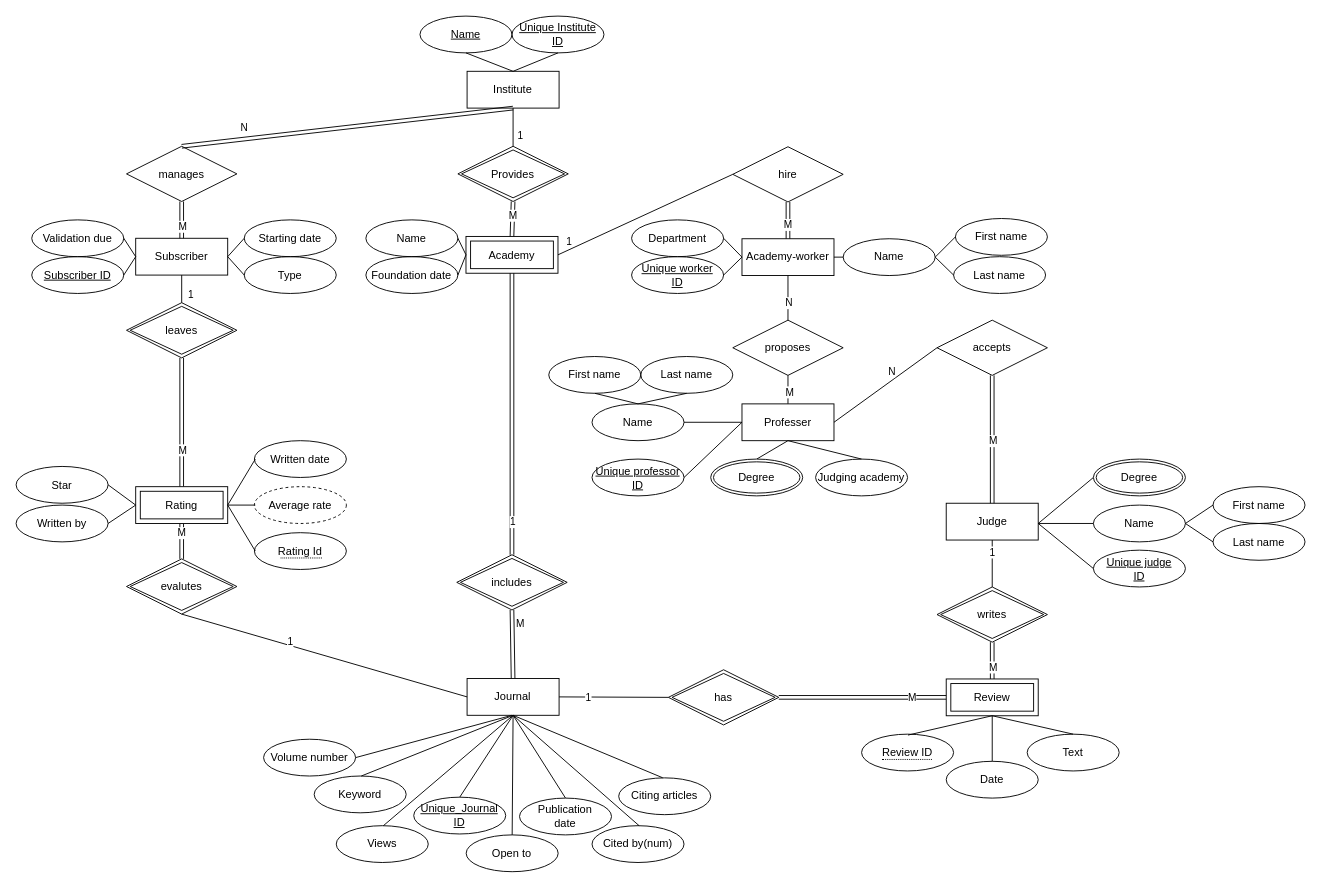
Above: 학교과제/seo.drawio in waroad/Problem-Solving (draw.io), before the change. Source tidied: cells renumbered, new cells numbered last; positions are measured from the earlier drawing's top-left corner, leaving out a move shared by most shapes. Both pictures are drawn from the tidied source at 92%, with x=0, y=0 at pixel (16, 16).
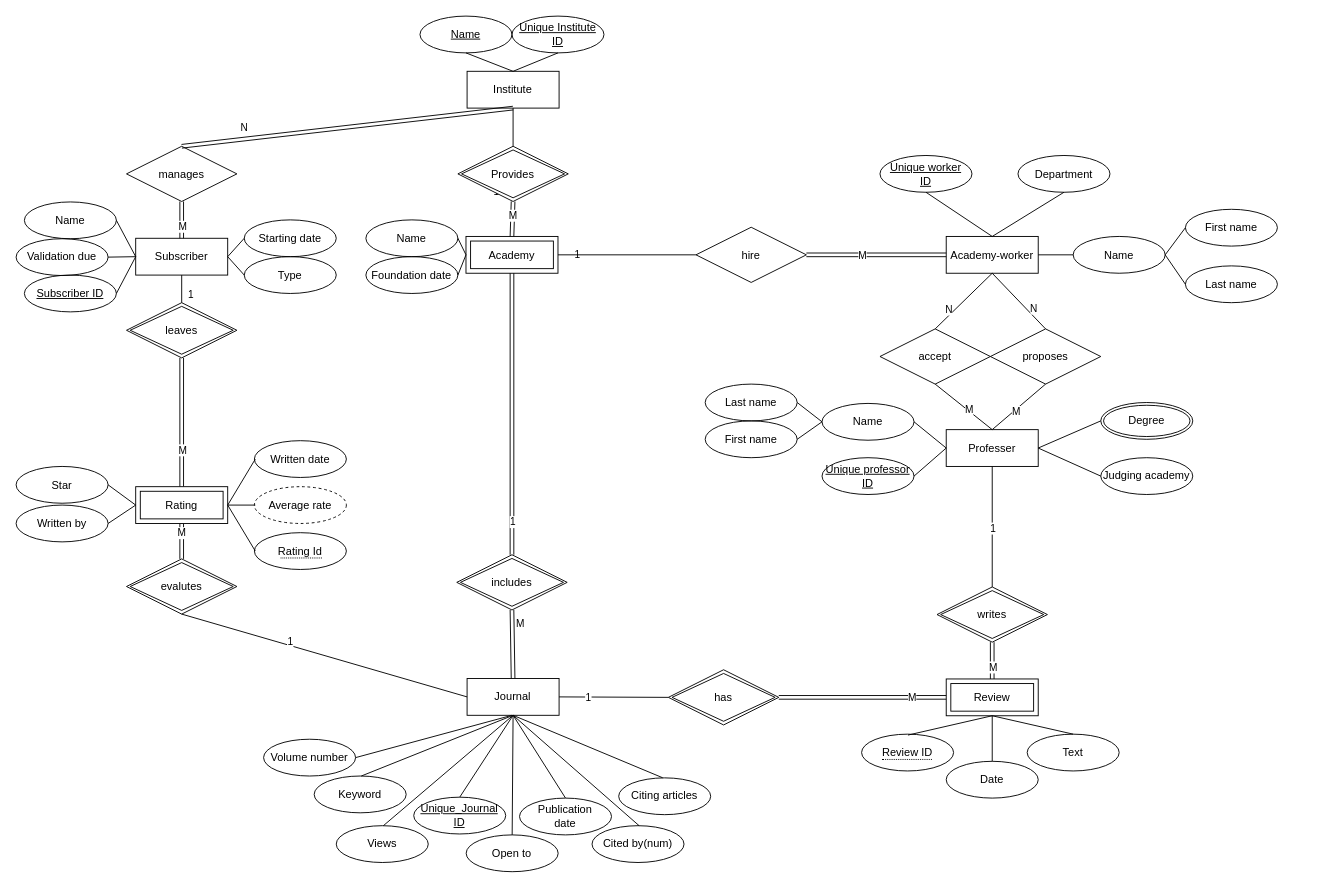
The same page after the edit.

Unchanged cells that the change refers to:
```xml
<mxCell id="7" value="Subscriber" style="whiteSpace=wrap;html=1;align=center;direction=west;" parent="1" vertex="1">
  <mxGeometry x="130" y="241.5" width="100" height="40" as="geometry" />
</mxCell>
<mxCell id="10" style="endArrow=none;html=1;rounded=0;entryX=0.5;entryY=0;entryDx=0;entryDy=0;exitX=0.5;exitY=1;exitDx=0;exitDy=0;" parent="1" edge="1" source="73" target="3">
  <mxGeometry relative="1" as="geometry" />
</mxCell>
<mxCell id="77" value="writes" style="shape=rhombus;double=1;perimeter=rhombusPerimeter;whiteSpace=wrap;html=1;align=center;direction=west;" parent="1" vertex="1">
  <mxGeometry x="1001" y="620.5" width="120" height="60" as="geometry" />
</mxCell>
```

The edit, as a diff of the source:
```diff
@@
-    <mxCell id="5" value="Judge" style="whiteSpace=wrap;html=1;align=center;direction=west;" parent="1" vertex="1">
-      <mxGeometry x="1011" y="529.5" width="100" height="40" as="geometry" />
-    </mxCell>
@@
     <mxCell id="8" value="Academy-worker" style="whiteSpace=wrap;html=1;align=center;direction=west;" parent="1" vertex="1">
-      <mxGeometry x="789" y="242" width="100" height="40" as="geometry" />
+      <mxGeometry x="1011" y="239.5" width="100" height="40" as="geometry" />
     </mxCell>
@@
     <mxCell id="11" value="1" style="edgeLabel;html=1;align=center;verticalAlign=middle;" parent="10" vertex="1">
       <mxGeometry x="-0.63" y="-4" relative="1" as="geometry">
-        <mxPoint x="56" y="111" as="offset" />
+        <mxPoint x="65" y="125" as="offset" />
       </mxGeometry>
     </mxCell>
@@
     <mxCell id="17" value="&lt;u&gt;Subscriber ID&lt;/u&gt;" style="ellipse;whiteSpace=wrap;html=1;align=center;fillColor=none;gradientColor=default;" parent="1" vertex="1">
-      <mxGeometry x="17" y="261.5" width="100" height="40" as="geometry" />
+      <mxGeometry x="9" y="281.5" width="100" height="40" as="geometry" />
     </mxCell>
@@
-    <mxCell id="20" value="hire" style="shape=rhombus;perimeter=rhombusPerimeter;whiteSpace=wrap;html=1;align=center;fillColor=none;gradientColor=default;direction=west;" parent="1" vertex="1">
-      <mxGeometry x="779" y="142" width="120" height="60" as="geometry" />
-    </mxCell>
@@
     <mxCell id="23" value="proposes" style="shape=rhombus;perimeter=rhombusPerimeter;whiteSpace=wrap;html=1;align=center;fillColor=none;gradientColor=default;direction=west;" parent="1" vertex="1">
-      <mxGeometry x="779" y="330.5" width="120" height="60" as="geometry" />
+      <mxGeometry x="1059" y="340" width="120" height="60" as="geometry" />
     </mxCell>
@@
-    <mxCell id="28" style="endArrow=none;html=1;rounded=0;exitX=0.5;exitY=0;exitDx=0;exitDy=0;entryX=0.5;entryY=1;entryDx=0;entryDy=0;" parent="1" edge="1" source="5" target="77">
-      <mxGeometry relative="1" as="geometry" />
-    </mxCell>
-    <mxCell id="29" value="1" style="edgeLabel;html=1;align=center;verticalAlign=middle;" parent="28" vertex="1">
-      <mxGeometry x="-0.37" y="-3" relative="1" as="geometry">
-        <mxPoint x="2" y="-3" as="offset" />
-      </mxGeometry>
-    </mxCell>
@@
     <mxCell id="32" value="Validation due" style="ellipse;whiteSpace=wrap;html=1;align=center;fillColor=none;gradientColor=default;" parent="1" vertex="1">
-      <mxGeometry x="17" y="221.5" width="100" height="40" as="geometry" />
+      <mxGeometry y="242" width="100" height="40" as="geometry" />
     </mxCell>
@@
     <mxCell id="38" value="Unique worker&lt;br&gt;ID" style="ellipse;whiteSpace=wrap;html=1;align=center;fontStyle=4;fillColor=none;gradientColor=default;" parent="1" vertex="1">
-      <mxGeometry x="669" y="261.5" width="100" height="40" as="geometry" />
+      <mxGeometry x="939" y="151.5" width="100" height="40" as="geometry" />
     </mxCell>
     <mxCell id="39" value="Last name" style="ellipse;whiteSpace=wrap;html=1;align=center;fillColor=none;gradientColor=default;" parent="1" vertex="1">
-      <mxGeometry x="1019" y="261.5" width="100" height="40" as="geometry" />
+      <mxGeometry x="1271" y="271.5" width="100" height="40" as="geometry" />
     </mxCell>
     <mxCell id="40" value="Name" style="ellipse;whiteSpace=wrap;html=1;align=center;fillColor=none;gradientColor=default;" parent="1" vertex="1">
-      <mxGeometry x="899" y="242" width="100" height="40" as="geometry" />
+      <mxGeometry x="1149" y="239.5" width="100" height="40" as="geometry" />
     </mxCell>
@@
     <mxCell id="43" value="First name" style="ellipse;whiteSpace=wrap;html=1;align=center;fillColor=none;gradientColor=default;" parent="1" vertex="1">
-      <mxGeometry x="1021" y="220" width="100" height="40" as="geometry" />
+      <mxGeometry x="1271" y="210" width="100" height="40" as="geometry" />
     </mxCell>
     <mxCell id="44" value="Department" style="ellipse;whiteSpace=wrap;html=1;align=center;fillColor=none;gradientColor=default;" parent="1" vertex="1">
-      <mxGeometry x="669" y="221.5" width="100" height="40" as="geometry" />
+      <mxGeometry x="1089" y="151.5" width="100" height="40" as="geometry" />
     </mxCell>
@@
-    <mxCell id="87" style="shape=link;html=1;rounded=0;exitX=0.5;exitY=0;exitDx=0;exitDy=0;entryX=0.5;entryY=1;entryDx=0;entryDy=0;" parent="1" edge="1" source="20" target="8">
+    <mxCell id="87" style="shape=link;html=1;rounded=0;exitX=0;exitY=0.5;exitDx=0;exitDy=0;entryX=1;entryY=0.5;entryDx=0;entryDy=0;" parent="1" edge="1" source="20" target="8">
       <mxGeometry relative="1" as="geometry" />
     </mxCell>
     <mxCell id="88" value="M" style="edgeLabel;html=1;align=center;verticalAlign=middle;" parent="87" vertex="1">
       <mxGeometry x="-0.26" y="-3" relative="1" as="geometry">
-        <mxPoint x="2" y="9" as="offset" />
+        <mxPoint x="4" y="-3" as="offset" />
       </mxGeometry>
     </mxCell>
@@
-    <mxCell id="94" style="endArrow=none;html=1;rounded=0;entryX=1;entryY=0.5;entryDx=0;entryDy=0;exitX=1;exitY=0.5;exitDx=0;exitDy=0;" parent="1" edge="1" source="38" target="8">
+    <mxCell id="94" style="endArrow=none;html=1;rounded=0;entryX=0.5;entryY=1;entryDx=0;entryDy=0;exitX=0.5;exitY=1;exitDx=0;exitDy=0;startArrow=none;" parent="1" edge="1" source="38" target="8">
       <mxGeometry relative="1" as="geometry" />
     </mxCell>
-    <mxCell id="95" style="endArrow=none;html=1;rounded=0;exitX=1;exitY=0.5;exitDx=0;exitDy=0;entryX=1;entryY=0.5;entryDx=0;entryDy=0;" parent="1" edge="1" source="44" target="8">
+    <mxCell id="95" style="endArrow=none;html=1;rounded=0;exitX=0.5;exitY=1;exitDx=0;exitDy=0;entryX=0.5;entryY=1;entryDx=0;entryDy=0;" parent="1" edge="1" source="44" target="8">
       <mxGeometry relative="1" as="geometry" />
     </mxCell>
@@
     <mxCell id="109" value="Professer" style="whiteSpace=wrap;html=1;align=center;direction=west;" parent="1" vertex="1">
-      <mxGeometry x="789" y="421.5" width="100" height="40" as="geometry" />
+      <mxGeometry x="1011" y="449.5" width="100" height="40" as="geometry" />
     </mxCell>
     <mxCell id="110" value="Unique professor&lt;br&gt;ID" style="ellipse;whiteSpace=wrap;html=1;align=center;fontStyle=4;fillColor=none;gradientColor=default;strokeColor=default;" parent="1" vertex="1">
-      <mxGeometry x="626" y="481.5" width="100" height="40" as="geometry" />
+      <mxGeometry x="876" y="480" width="100" height="40" as="geometry" />
     </mxCell>
     <mxCell id="111" value="Last name" style="ellipse;whiteSpace=wrap;html=1;align=center;fillColor=none;gradientColor=default;" parent="1" vertex="1">
-      <mxGeometry x="679" y="370" width="100" height="40" as="geometry" />
+      <mxGeometry x="749" y="400" width="100" height="40" as="geometry" />
     </mxCell>
     <mxCell id="112" value="Name" style="ellipse;whiteSpace=wrap;html=1;align=center;fillColor=none;gradientColor=default;" parent="1" vertex="1">
-      <mxGeometry x="626" y="421.5" width="100" height="40" as="geometry" />
+      <mxGeometry x="876" y="421" width="100" height="40" as="geometry" />
     </mxCell>
-    <mxCell id="113" style="endArrow=none;html=1;rounded=0;entryX=0.5;entryY=0;entryDx=0;entryDy=0;exitX=0.5;exitY=1;exitDx=0;exitDy=0;" parent="1" edge="1" source="115" target="112">
+    <mxCell id="113" style="endArrow=none;html=1;rounded=0;entryX=0;entryY=0.5;entryDx=0;entryDy=0;exitX=1;exitY=0.5;exitDx=0;exitDy=0;" parent="1" edge="1" source="115" target="112">
       <mxGeometry relative="1" as="geometry" />
     </mxCell>
-    <mxCell id="114" style="endArrow=none;html=1;rounded=0;entryX=0.5;entryY=1;entryDx=0;entryDy=0;exitX=0.5;exitY=0;exitDx=0;exitDy=0;" parent="1" edge="1" source="112" target="111">
+    <mxCell id="114" style="endArrow=none;html=1;rounded=0;entryX=1;entryY=0.5;entryDx=0;entryDy=0;exitX=0;exitY=0.5;exitDx=0;exitDy=0;" parent="1" edge="1" source="112" target="111">
       <mxGeometry relative="1" as="geometry" />
     </mxCell>
     <mxCell id="115" value="First name" style="ellipse;whiteSpace=wrap;html=1;align=center;fillColor=none;gradientColor=default;" parent="1" vertex="1">
-      <mxGeometry x="579" y="370" width="100" height="40" as="geometry" />
+      <mxGeometry x="749" y="440" width="100" height="40" as="geometry" />
     </mxCell>
@@
-    <mxCell id="118" style="endArrow=none;html=1;rounded=0;entryX=0.5;entryY=0;entryDx=0;entryDy=0;exitX=0.5;exitY=0;exitDx=0;exitDy=0;" parent="1" edge="1" source="132" target="109">
+    <mxCell id="118" style="endArrow=none;html=1;rounded=0;entryX=0;entryY=0.5;entryDx=0;entryDy=0;exitX=0;exitY=0.5;exitDx=0;exitDy=0;" parent="1" edge="1" source="132" target="109">
       <mxGeometry relative="1" as="geometry" />
     </mxCell>
-    <mxCell id="119" value="Unique judge&lt;br&gt;ID" style="ellipse;whiteSpace=wrap;html=1;align=center;fontStyle=4;fillColor=none;gradientColor=default;" parent="1" vertex="1">
-      <mxGeometry x="1171" y="580.5" width="100" height="40" as="geometry" />
-    </mxCell>
-    <mxCell id="120" value="Last name" style="ellipse;whiteSpace=wrap;html=1;align=center;fillColor=none;gradientColor=default;" parent="1" vertex="1">
-      <mxGeometry x="1301" y="551.5" width="100" height="40" as="geometry" />
-    </mxCell>
-    <mxCell id="121" value="Name" style="ellipse;whiteSpace=wrap;html=1;align=center;fillColor=none;gradientColor=default;" parent="1" vertex="1">
-      <mxGeometry x="1171" y="531.5" width="100" height="40" as="geometry" />
-    </mxCell>
-    <mxCell id="122" style="endArrow=none;html=1;rounded=0;exitX=0;exitY=0.5;exitDx=0;exitDy=0;entryX=1;entryY=0.5;entryDx=0;entryDy=0;" parent="1" edge="1" source="124" target="121">
-      <mxGeometry relative="1" as="geometry" />
-    </mxCell>
-    <mxCell id="123" style="endArrow=none;html=1;rounded=0;entryX=0;entryY=0.5;entryDx=0;entryDy=0;exitX=1;exitY=0.5;exitDx=0;exitDy=0;" parent="1" edge="1" source="121" target="120">
-      <mxGeometry relative="1" as="geometry" />
-    </mxCell>
-    <mxCell id="124" value="First name" style="ellipse;whiteSpace=wrap;html=1;align=center;fillColor=none;gradientColor=default;" parent="1" vertex="1">
-      <mxGeometry x="1301" y="511.5" width="100" height="40" as="geometry" />
-    </mxCell>
-    <mxCell id="125" style="endArrow=none;html=1;rounded=0;entryX=0;entryY=0.5;entryDx=0;entryDy=0;exitX=0;exitY=0.5;exitDx=0;exitDy=0;" parent="1" edge="1" target="121">
-      <mxGeometry relative="1" as="geometry">
-        <mxPoint x="1111" y="551.5" as="sourcePoint" />
-      </mxGeometry>
-    </mxCell>
-    <mxCell id="126" style="endArrow=none;html=1;rounded=0;entryX=0;entryY=0.5;entryDx=0;entryDy=0;exitX=0;exitY=0.5;exitDx=0;exitDy=0;" parent="1" edge="1" source="119">
-      <mxGeometry relative="1" as="geometry">
-        <mxPoint x="1111" y="551.5" as="targetPoint" />
-      </mxGeometry>
-    </mxCell>
-    <mxCell id="127" style="endArrow=none;html=1;rounded=0;entryX=0;entryY=0.5;entryDx=0;entryDy=0;exitX=0;exitY=0.5;exitDx=0;exitDy=0;" parent="1" edge="1" source="128">
-      <mxGeometry relative="1" as="geometry">
-        <mxPoint x="1111" y="551.5" as="targetPoint" />
-      </mxGeometry>
-    </mxCell>
-    <mxCell id="128" value="Degree" style="ellipse;shape=doubleEllipse;margin=3;whiteSpace=wrap;html=1;align=center;" parent="1" vertex="1">
-      <mxGeometry x="1171" y="481.5" width="100" height="40" as="geometry" />
-    </mxCell>
-    <mxCell id="129" value="accepts" style="shape=rhombus;perimeter=rhombusPerimeter;whiteSpace=wrap;html=1;align=center;fillColor=none;gradientColor=default;direction=west;" parent="1" vertex="1">
-      <mxGeometry x="1001" y="330.5" width="120" height="60" as="geometry" />
-    </mxCell>
-    <mxCell id="130" style="endArrow=none;html=1;rounded=0;exitX=0;exitY=0.5;exitDx=0;exitDy=0;entryX=1;entryY=0.5;entryDx=0;entryDy=0;" parent="1" edge="1" source="109" target="129">
+    <mxCell id="130" style="endArrow=none;html=1;rounded=0;exitX=0.5;exitY=0;exitDx=0;exitDy=0;entryX=0.5;entryY=1;entryDx=0;entryDy=0;" parent="1" edge="1" source="109" target="77">
       <mxGeometry relative="1" as="geometry" />
     </mxCell>
-    <mxCell id="131" value="N" style="edgeLabel;html=1;align=center;verticalAlign=middle;" parent="130" vertex="1">
+    <mxCell id="131" value="1" style="edgeLabel;html=1;align=center;verticalAlign=middle;" parent="130" vertex="1">
       <mxGeometry x="0.15" y="1" relative="1" as="geometry">
         <mxPoint x="-1" y="-8" as="offset" />
       </mxGeometry>
     </mxCell>
     <mxCell id="132" value="Degree" style="ellipse;shape=doubleEllipse;margin=3;whiteSpace=wrap;html=1;align=center;" parent="1" vertex="1">
-      <mxGeometry x="755" y="481.5" width="100" height="40" as="geometry" />
+      <mxGeometry x="1179" y="420" width="100" height="40" as="geometry" />
     </mxCell>
-    <mxCell id="133" style="shape=link;html=1;rounded=0;exitX=0.5;exitY=1;exitDx=0;exitDy=0;entryX=0.5;entryY=0;entryDx=0;entryDy=0;" parent="1" edge="1" source="5" target="129">
-      <mxGeometry relative="1" as="geometry" />
-    </mxCell>
-    <mxCell id="134" value="M" style="edgeLabel;html=1;align=center;verticalAlign=middle;" parent="133" vertex="1">
-      <mxGeometry x="0.45" y="2" relative="1" as="geometry">
-        <mxPoint x="2" y="33" as="offset" />
-      </mxGeometry>
-    </mxCell>
     <mxCell id="135" value="Judging academy" style="ellipse;whiteSpace=wrap;html=1;align=center;fillColor=none;gradientColor=default;" parent="1" vertex="1">
-      <mxGeometry x="869" y="481.5" width="100" height="40" as="geometry" />
+      <mxGeometry x="1179" y="480" width="100" height="40" as="geometry" />
     </mxCell>
-    <mxCell id="136" style="endArrow=none;html=1;rounded=0;entryX=0.5;entryY=0;entryDx=0;entryDy=0;exitX=0.5;exitY=0;exitDx=0;exitDy=0;" parent="1" edge="1" source="135" target="109">
+    <mxCell id="136" style="endArrow=none;html=1;rounded=0;exitX=0;exitY=0.5;exitDx=0;exitDy=0;entryX=0;entryY=0.5;entryDx=0;entryDy=0;" parent="1" edge="1" source="135" target="109">
       <mxGeometry relative="1" as="geometry" />
     </mxCell>
@@
+    <mxCell id="121" value="Name" style="ellipse;whiteSpace=wrap;html=1;align=center;fillColor=none;gradientColor=default;" parent="1" vertex="1">
+      <mxGeometry x="9" y="202" width="100" height="40" as="geometry" />
+    </mxCell>
+    <mxCell id="141" style="endArrow=none;html=1;rounded=0;exitX=1;exitY=0.5;exitDx=0;exitDy=0;entryX=1;entryY=0.5;entryDx=0;entryDy=0;" parent="1" edge="1" source="7" target="121">
+      <mxGeometry relative="1" as="geometry" />
+    </mxCell>
+    <mxCell id="20" value="hire" style="shape=rhombus;perimeter=rhombusPerimeter;whiteSpace=wrap;html=1;align=center;fillColor=none;gradientColor=default;direction=west;" parent="1" vertex="1">
+      <mxGeometry x="739" y="229.5" width="120" height="60" as="geometry" />
+    </mxCell>
+    <mxCell id="142" value="accept" style="shape=rhombus;perimeter=rhombusPerimeter;whiteSpace=wrap;html=1;align=center;fillColor=none;gradientColor=default;direction=west;" parent="1" vertex="1">
+      <mxGeometry x="939" y="340" width="120" height="60" as="geometry" />
+    </mxCell>
+    <mxCell id="143" style="endArrow=none;html=1;rounded=0;exitX=0.5;exitY=0;exitDx=0;exitDy=0;entryX=0.5;entryY=1;entryDx=0;entryDy=0;" parent="1" edge="1" source="8" target="142">
+      <mxGeometry relative="1" as="geometry" />
+    </mxCell>
+    <mxCell id="144" value="N" style="edgeLabel;html=1;align=center;verticalAlign=middle;" parent="143" vertex="1">
+      <mxGeometry x="0.52" y="1" relative="1" as="geometry">
+        <mxPoint x="-1" y="-8" as="offset" />
+      </mxGeometry>
+    </mxCell>
+    <mxCell id="145" style="endArrow=none;html=1;rounded=0;exitX=0.5;exitY=0;exitDx=0;exitDy=0;entryX=0.5;entryY=1;entryDx=0;entryDy=0;" parent="1" edge="1" source="142" target="109">
+      <mxGeometry relative="1" as="geometry" />
+    </mxCell>
+    <mxCell id="134" value="M" style="edgeLabel;html=1;align=center;verticalAlign=middle;" parent="145" vertex="1">
+      <mxGeometry x="0.15" y="1" relative="1" as="geometry" />
+    </mxCell>
```
